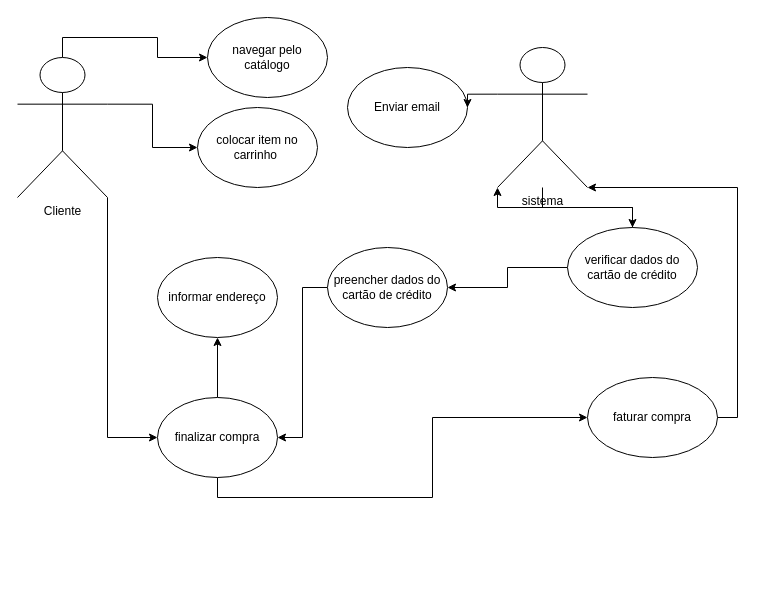
This is page "Página-2" (2 of 2) of Diagrama sem nome.drawio from Bernardo-Alves125/Diagramas-de-requisitos, a draw.io file, before an edit. Source tidied: cells renumbered, new cells numbered last; positions are measured from the earlier drawing's top-left corner, leaving out a move shared by most shapes. Both pictures are drawn from the tidied source at 100%, with x=0, y=0 at pixel (17, 17).
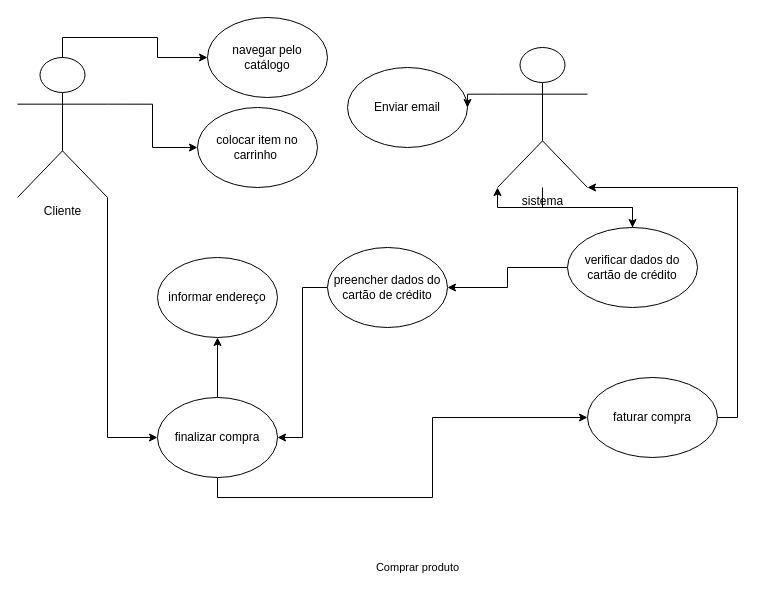
The same diagram, later.

Diff of the diagram source:
```diff
@@
+    <mxCell id="23" value="Comprar produto" style="edgeStyle=none;orthogonalLoop=1;jettySize=auto;html=1;rounded=0;" parent="1" edge="1">
+      <mxGeometry relative="1" as="geometry">
+        <mxPoint x="360" y="550" as="sourcePoint" />
+        <mxPoint x="440" y="550" as="targetPoint" />
+      </mxGeometry>
+    </mxCell>
```
